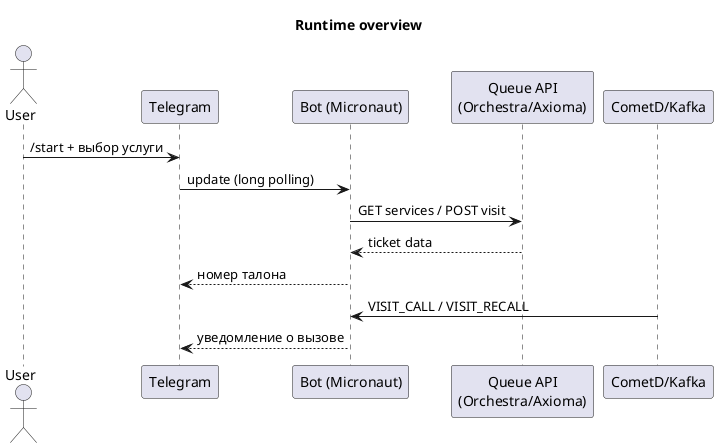
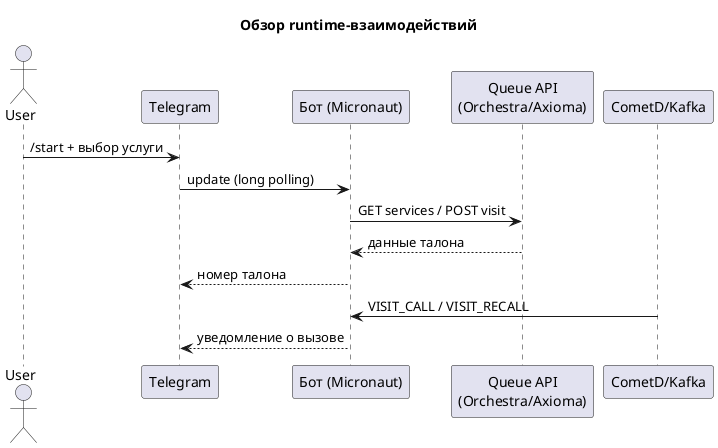
@startuml
- title Runtime overview
+ skinparam BackgroundColor white
+ title Обзор runtime-взаимодействий
actor User
participant Telegram
- participant "Bot (Micronaut)" as Bot
+ participant "Бот (Micronaut)" as Bot
participant "Queue API\n(Orchestra/Axioma)" as Queue
participant "CometD/Kafka" as Events
User -> Telegram: /start + выбор услуги
Telegram -> Bot: update (long polling)
Bot -> Queue: GET services / POST visit
- Queue --> Bot: ticket data
+ Queue --> Bot: данные талона
Bot --> Telegram: номер талона
Events -> Bot: VISIT_CALL / VISIT_RECALL
Bot --> Telegram: уведомление о вызове
@enduml
